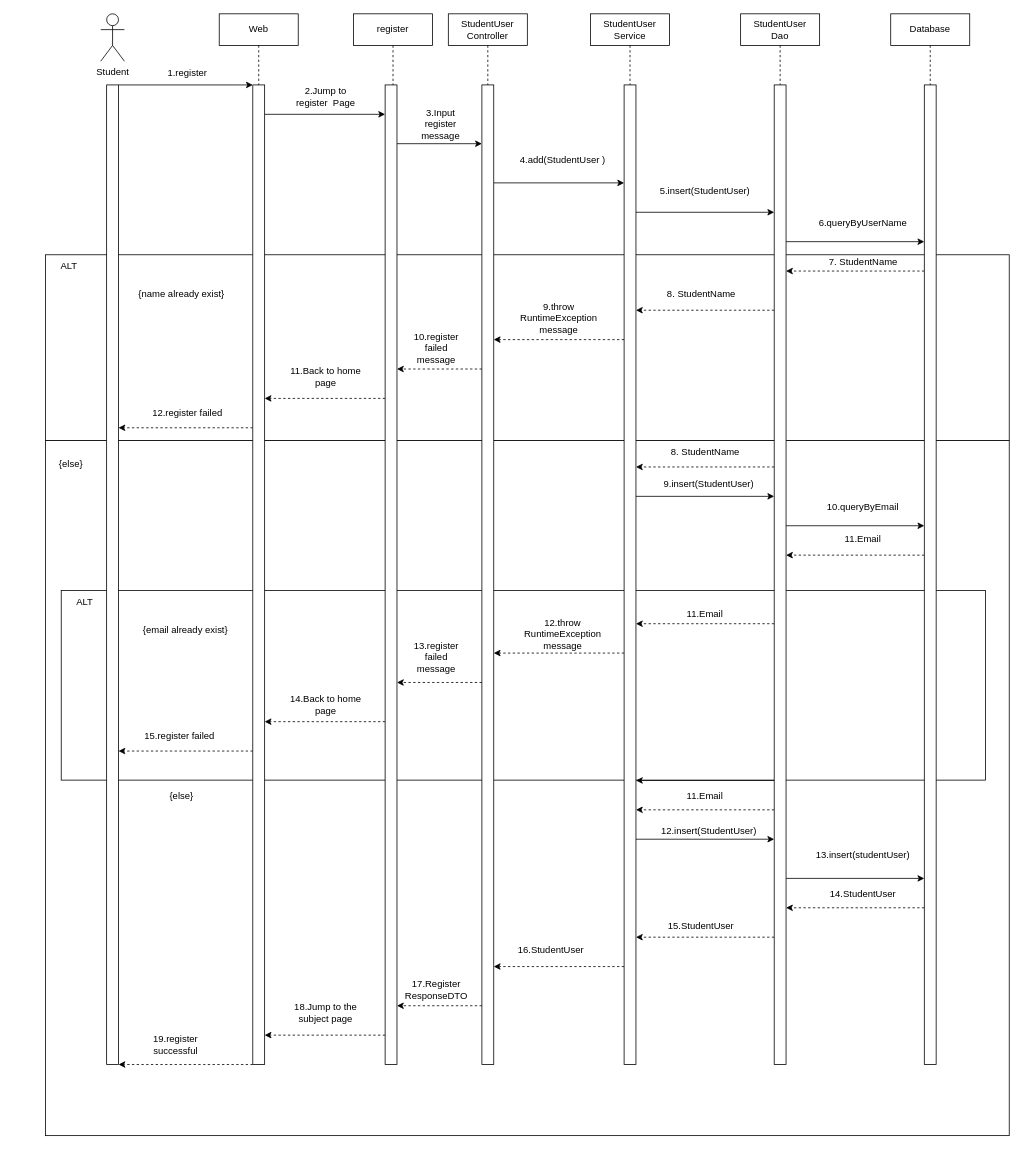
Before: Final_project_Sequence_diagram.drawio in vriusc/Intelligent-Tutoring-System, a draw.io diagram. Source tidied: cells renumbered, new cells numbered last; positions are measured from the earlier drawing's top-left corner, leaving out a move shared by most shapes. Both pictures are drawn from the tidied source at 79%, with x=0, y=0 at pixel (13, 13).
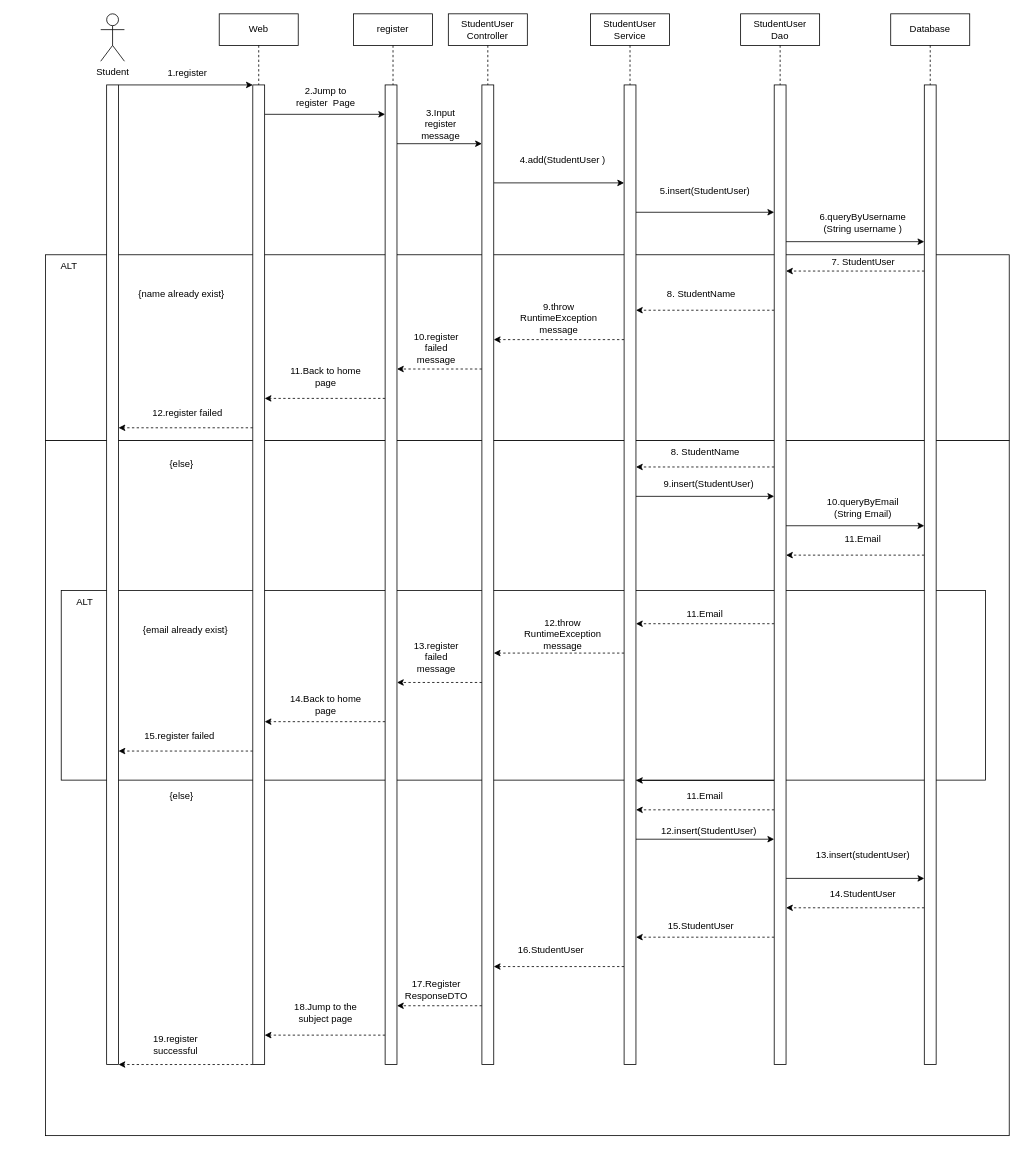
Above is the later version.

Diff of the diagram source:
```diff
@@
-    <mxCell id="17" value="6.queryByUserName" style="text;html=1;strokeColor=none;fillColor=none;align=center;verticalAlign=middle;whiteSpace=wrap;rounded=0;" parent="1" vertex="1">
+    <mxCell id="17" value="6.queryByUsername (String username )" style="text;html=1;strokeColor=none;fillColor=none;align=center;verticalAlign=middle;whiteSpace=wrap;rounded=0;" parent="1" vertex="1">
       <mxGeometry x="1010" y="250" width="130" height="30" as="geometry" />
     </mxCell>
-    <mxCell id="18" value="7. StudentName" style="text;html=1;align=center;verticalAlign=middle;strokeColor=none;fillColor=none;" parent="1" vertex="1">
-      <mxGeometry x="1020" y="300" width="110" height="30" as="geometry" />
+    <mxCell id="18" value="7. StudentUser" style="text;html=1;align=center;verticalAlign=middle;strokeColor=none;fillColor=none;" parent="1" vertex="1">
+      <mxGeometry x="1025" y="300" width="100" height="30" as="geometry" />
     </mxCell>
@@
-    <mxCell id="68" value="10.queryByEmail" style="text;html=1;strokeColor=none;fillColor=none;align=center;verticalAlign=middle;whiteSpace=wrap;rounded=0;" parent="1" vertex="1">
+    <mxCell id="68" value="10.queryByEmail (String Email)" style="text;html=1;strokeColor=none;fillColor=none;align=center;verticalAlign=middle;whiteSpace=wrap;rounded=0;" parent="1" vertex="1">
       <mxGeometry x="1010" y="610" width="130" height="30" as="geometry" />
     </mxCell>
@@
     <mxCell id="77" value="{else}" style="text;html=1;strokeColor=none;fillColor=none;align=center;verticalAlign=middle;whiteSpace=wrap;rounded=0;" parent="1" vertex="1">
-      <mxGeometry y="550" width="145" height="40" as="geometry" />
+      <mxGeometry x="140" y="550" width="145" height="40" as="geometry" />
     </mxCell>
```
